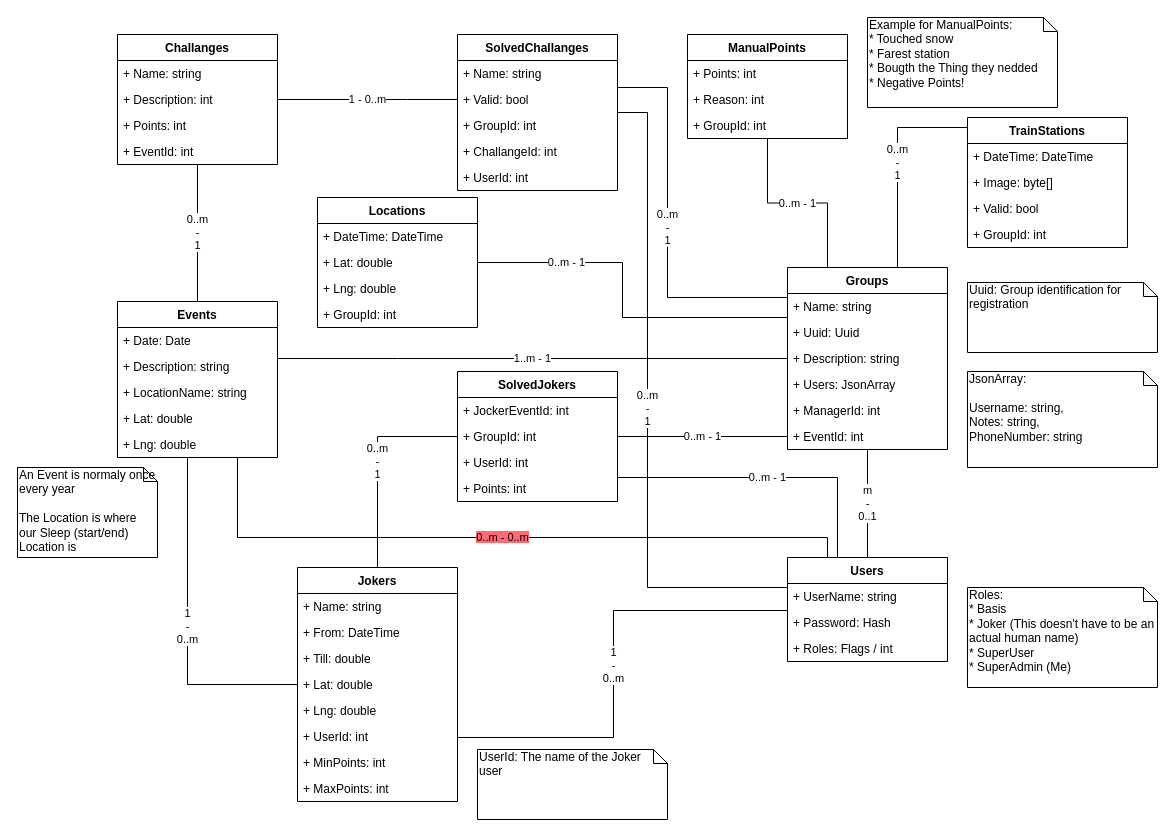
Before: Doc/DataBase.drawio in HofmannCh/ZugUmZug, a draw.io diagram. Source tidied: cells renumbered, new cells numbered last; positions are measured from the earlier drawing's top-left corner, leaving out a move shared by most shapes. Both pictures are drawn from the tidied source at 100%, with x=0, y=0 at pixel (17, 17).
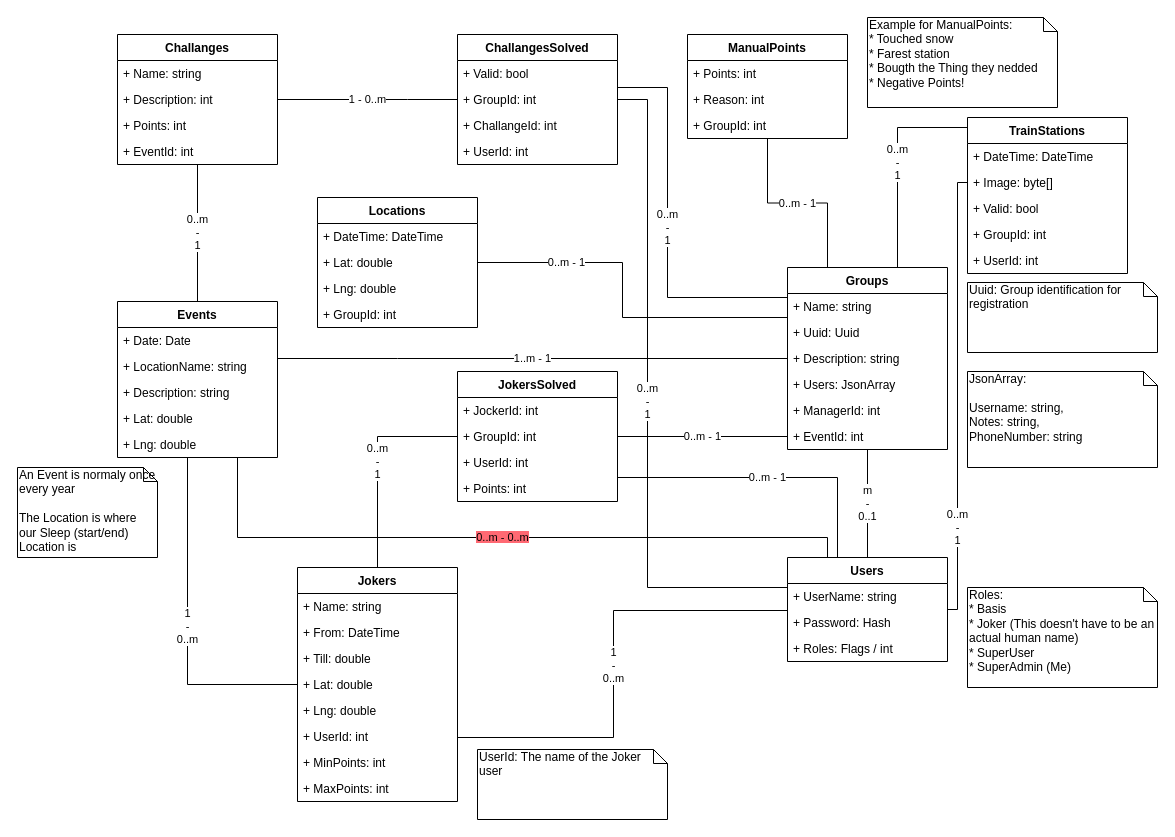
Above is the later version.

The change refers to these unchanged cells:
```xml
<mxCell id="22" value="Users" style="swimlane;fontStyle=1;align=center;verticalAlign=top;horizontal=1;startSize=26;" parent="1" vertex="1">
  <mxGeometry x="770" y="540" width="160" height="104" as="geometry" />
</mxCell>
<mxCell id="28" value="+ Image: byte[]" style="text;strokeColor=none;fillColor=none;align=left;verticalAlign=top;spacingLeft=4;spacingRight=4;overflow=hidden;points=[[0,0.5],[1,0.5]];portConstraint=eastwest;" parent="26" vertex="1">
  <mxGeometry y="52" width="160" height="26" as="geometry" />
</mxCell>
<mxCell id="63" value="Events" style="swimlane;fontStyle=1;align=center;verticalAlign=top;horizontal=1;startSize=26;" parent="1" vertex="1">
  <mxGeometry x="100" y="284" width="160" height="156" as="geometry" />
</mxCell>
```

Change to the diagram source:
```diff
@@
     <mxCell id="26" value="TrainStations" style="swimlane;fontStyle=1;align=center;verticalAlign=top;horizontal=1;startSize=26;" parent="1" vertex="1">
-      <mxGeometry x="950" y="100" width="160" height="130" as="geometry" />
+      <mxGeometry x="950" y="100" width="160" height="156" as="geometry" />
     </mxCell>
@@
+    <mxCell id="79" value="+ UserId: int" style="text;strokeColor=none;fillColor=none;align=left;verticalAlign=top;spacingLeft=4;spacingRight=4;overflow=hidden;" parent="26" vertex="1">
+      <mxGeometry y="130" width="160" height="26" as="geometry" />
+    </mxCell>
@@
-    <mxCell id="43" value="SolvedJokers" style="swimlane;fontStyle=1;align=center;verticalAlign=top;horizontal=1;startSize=26;" parent="1" vertex="1">
+    <mxCell id="43" value="JokersSolved" style="swimlane;fontStyle=1;align=center;verticalAlign=top;horizontal=1;startSize=26;" parent="1" vertex="1">
       <mxGeometry x="440" y="354" width="160" height="130" as="geometry" />
     </mxCell>
-    <mxCell id="44" value="+ JockerEventId: int" style="text;strokeColor=none;fillColor=none;align=left;verticalAlign=top;spacingLeft=4;spacingRight=4;overflow=hidden;" parent="43" vertex="1">
+    <mxCell id="44" value="+ JockerId: int" style="text;strokeColor=none;fillColor=none;align=left;verticalAlign=top;spacingLeft=4;spacingRight=4;overflow=hidden;" parent="43" vertex="1">
       <mxGeometry y="26" width="160" height="26" as="geometry" />
     </mxCell>
@@
+    <mxCell id="66" value="+ LocationName: string" style="text;strokeColor=none;fillColor=none;align=left;verticalAlign=top;spacingLeft=4;spacingRight=4;overflow=hidden;" parent="63" vertex="1">
+      <mxGeometry y="52" width="160" height="26" as="geometry" />
+    </mxCell>
     <mxCell id="65" value="+ Description: string" style="text;strokeColor=none;fillColor=none;align=left;verticalAlign=top;spacingLeft=4;spacingRight=4;overflow=hidden;" parent="63" vertex="1">
-      <mxGeometry y="52" width="160" height="26" as="geometry" />
+      <mxGeometry y="78" width="160" height="26" as="geometry" />
     </mxCell>
-    <mxCell id="66" value="+ LocationName: string" style="text;strokeColor=none;fillColor=none;align=left;verticalAlign=top;spacingLeft=4;spacingRight=4;overflow=hidden;" parent="63" vertex="1">
-      <mxGeometry y="78" width="160" height="26" as="geometry" />
-    </mxCell>
@@
-    <mxCell id="72" value="SolvedChallanges" style="swimlane;fontStyle=1;align=center;verticalAlign=top;horizontal=1;startSize=26;" parent="1" vertex="1">
-      <mxGeometry x="440" y="17" width="160" height="156" as="geometry" />
+    <mxCell id="72" value="ChallangesSolved" style="swimlane;fontStyle=1;align=center;verticalAlign=top;horizontal=1;startSize=26;" parent="1" vertex="1">
+      <mxGeometry x="440" y="17" width="160" height="130" as="geometry" />
     </mxCell>
-    <mxCell id="73" value="+ Name: string" style="text;strokeColor=none;fillColor=none;align=left;verticalAlign=top;spacingLeft=4;spacingRight=4;overflow=hidden;" parent="72" vertex="1">
-      <mxGeometry y="26" width="160" height="26" as="geometry" />
-    </mxCell>
     <mxCell id="74" value="+ Valid: bool" style="text;strokeColor=none;fillColor=none;align=left;verticalAlign=top;spacingLeft=4;spacingRight=4;overflow=hidden;" parent="72" vertex="1">
-      <mxGeometry y="52" width="160" height="26" as="geometry" />
+      <mxGeometry y="26" width="160" height="26" as="geometry" />
     </mxCell>
     <mxCell id="75" value="+ GroupId: int" style="text;strokeColor=none;fillColor=none;align=left;verticalAlign=top;spacingLeft=4;spacingRight=4;overflow=hidden;" parent="72" vertex="1">
-      <mxGeometry y="78" width="160" height="26" as="geometry" />
+      <mxGeometry y="52" width="160" height="26" as="geometry" />
     </mxCell>
     <mxCell id="76" value="+ ChallangeId: int" style="text;strokeColor=none;fillColor=none;align=left;verticalAlign=top;spacingLeft=4;spacingRight=4;overflow=hidden;" parent="72" vertex="1">
-      <mxGeometry y="104" width="160" height="26" as="geometry" />
+      <mxGeometry y="78" width="160" height="26" as="geometry" />
     </mxCell>
     <mxCell id="77" value="+ UserId: int" style="text;strokeColor=none;fillColor=none;align=left;verticalAlign=top;spacingLeft=4;spacingRight=4;overflow=hidden;" parent="72" vertex="1">
-      <mxGeometry y="130" width="160" height="26" as="geometry" />
+      <mxGeometry y="104" width="160" height="26" as="geometry" />
     </mxCell>
@@
+    <mxCell id="80" value="0..m&lt;br&gt;-&lt;br&gt;1" style="rounded=0;jettySize=auto;html=1;endArrow=none;endFill=0;edgeStyle=elbowEdgeStyle;entryX=0;entryY=0.5;entryDx=0;entryDy=0;" parent="1" edge="1" source="22" target="28">
+      <mxGeometry x="-0.59" relative="1" as="geometry">
+        <Array as="points">
+          <mxPoint x="940" y="480" />
+          <mxPoint x="950" y="468" />
+          <mxPoint x="960" y="688" />
+          <mxPoint x="930" y="248" />
+          <mxPoint x="960" y="608" />
+          <mxPoint x="1020" y="588" />
+        </Array>
+      </mxGeometry>
+    </mxCell>
```
